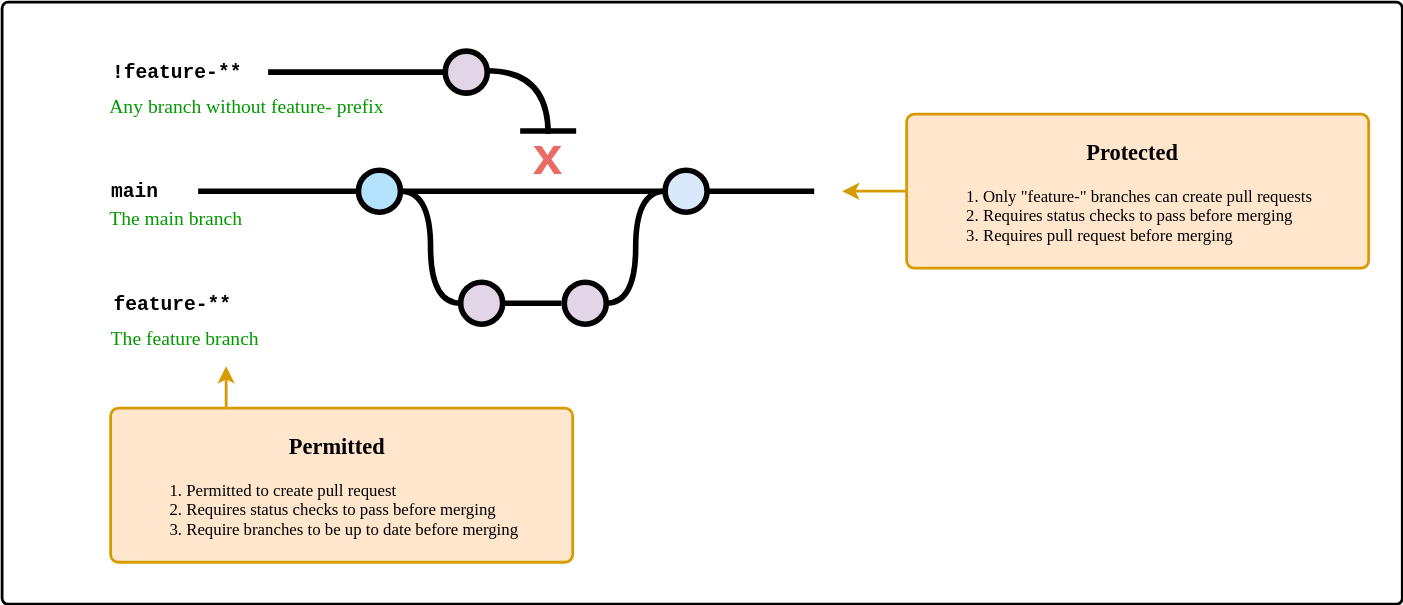
Earlier version of the draw.io export ci-diagram.svg (kimgoetzke/Practice-Basic-CI). Source tidied: cells renumbered, new cells last; positions are measured from the earlier drawing's top-left corner, leaving out a move shared by most shapes.
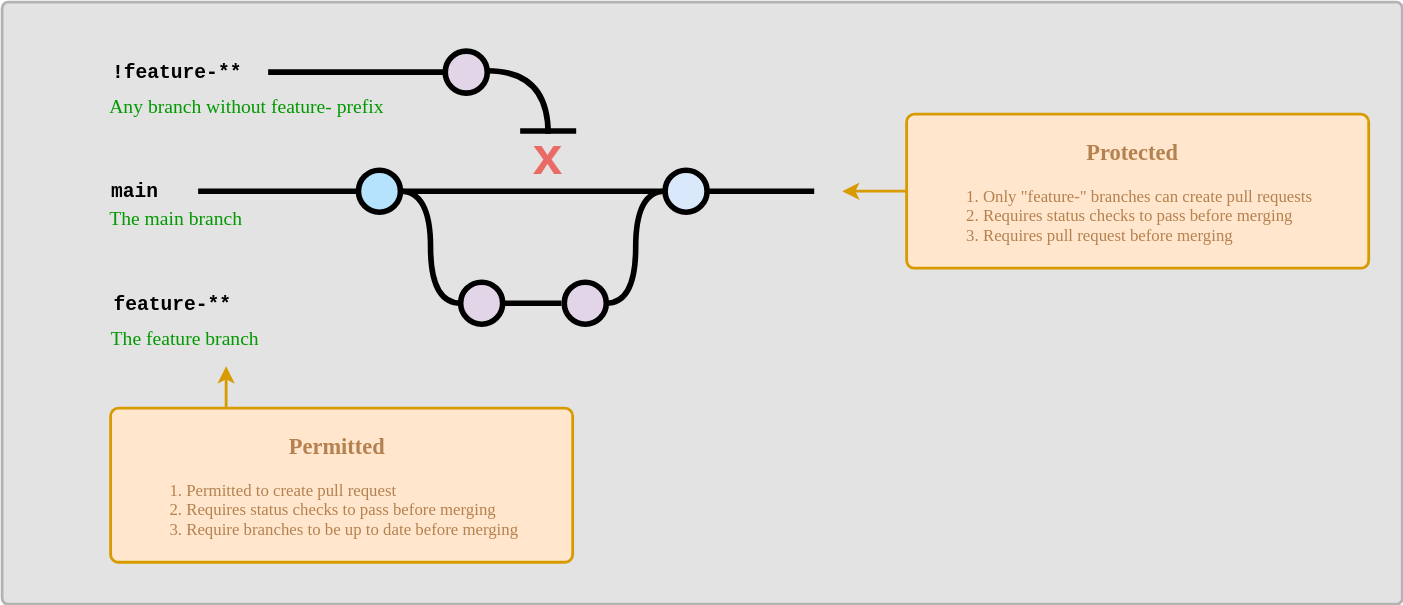
Later version of the same file.

Change to the diagram source:
```diff
@@ -2,7 +2,7 @@
   <root>
     <mxCell id="0" />
     <mxCell id="1" parent="0" />
-    <mxCell id="2" style="rounded=1;whiteSpace=wrap;html=1;strokeWidth=2;fontFamily=Tahoma;fontSize=38;fontColor=#EA6B66;arcSize=1;" parent="1" vertex="1">
+    <mxCell id="2" style="rounded=1;whiteSpace=wrap;html=1;strokeWidth=2;fontFamily=Tahoma;fontSize=38;arcSize=1;fillColor=#E3E3E3;strokeColor=#B3B3B3;fontColor=#333333;" parent="1" vertex="1">
       <mxGeometry width="1000" height="430" as="geometry" />
     </mxCell>
     <mxCell id="3" style="edgeStyle=orthogonalEdgeStyle;rounded=0;html=1;jettySize=auto;plain-blue;endArrow=none;endFill=0;strokeWidth=4;strokeColor=#000000;" parent="1" edge="1" source="5" target="7">
@@ -58,7 +58,7 @@
         <mxPoint x="600" y="135" as="targetPoint" />
       </mxGeometry>
     </mxCell>
-    <mxCell id="18" value="&lt;h3 style=&quot;&quot;&gt;&lt;span style=&quot;font-size: 12px;&quot;&gt;&amp;nbsp; &amp;nbsp; &amp;nbsp; &lt;/span&gt;&lt;font style=&quot;font-size: 16px;&quot;&gt;Protected&lt;/font&gt;&lt;/h3&gt;&lt;div style=&quot;text-align: left; font-size: 12px;&quot;&gt;&lt;ol style=&quot;font-size: 12px;&quot;&gt;&lt;li style=&quot;font-size: 12px;&quot;&gt;&lt;span style=&quot;background-color: initial; font-size: 12px;&quot;&gt;Only &quot;feature-&quot; branches can create pull requests&lt;/span&gt;&lt;/li&gt;&lt;li style=&quot;font-size: 12px;&quot;&gt;&lt;span style=&quot;background-color: initial; font-size: 12px;&quot;&gt;Requires status checks to pass before merging&lt;/span&gt;&lt;/li&gt;&lt;li style=&quot;font-size: 12px;&quot;&gt;&lt;span style=&quot;background-color: initial; font-size: 12px;&quot;&gt;Requires pull request before merging&lt;/span&gt;&lt;/li&gt;&lt;/ol&gt;&lt;/div&gt;" style="rounded=1;whiteSpace=wrap;html=1;strokeWidth=2;fillColor=#ffe6cc;strokeColor=#d79b00;arcSize=5;fontSize=12;spacingLeft=-25;fontFamily=Tahoma;" parent="1" vertex="1">
+    <mxCell id="18" value="&lt;h3 style=&quot;&quot;&gt;&lt;span style=&quot;font-size: 12px;&quot;&gt;&amp;nbsp; &amp;nbsp; &amp;nbsp; &lt;/span&gt;&lt;font style=&quot;font-size: 16px;&quot;&gt;Protected&lt;/font&gt;&lt;/h3&gt;&lt;div style=&quot;text-align: left; font-size: 12px;&quot;&gt;&lt;ol style=&quot;font-size: 12px;&quot;&gt;&lt;li style=&quot;font-size: 12px;&quot;&gt;&lt;span style=&quot;background-color: initial; font-size: 12px;&quot;&gt;Only &quot;feature-&quot; branches can create pull requests&lt;/span&gt;&lt;/li&gt;&lt;li style=&quot;font-size: 12px;&quot;&gt;&lt;span style=&quot;background-color: initial; font-size: 12px;&quot;&gt;Requires status checks to pass before merging&lt;/span&gt;&lt;/li&gt;&lt;li style=&quot;font-size: 12px;&quot;&gt;&lt;span style=&quot;background-color: initial; font-size: 12px;&quot;&gt;Requires pull request before merging&lt;/span&gt;&lt;/li&gt;&lt;/ol&gt;&lt;/div&gt;" style="rounded=1;whiteSpace=wrap;html=1;strokeWidth=2;fillColor=#ffe6cc;strokeColor=#d79b00;arcSize=5;fontSize=12;spacingLeft=-25;fontFamily=Tahoma;fontColor=#B58150;" parent="1" vertex="1">
       <mxGeometry x="646" y="80" width="330" height="110" as="geometry" />
     </mxCell>
     <mxCell id="19" value="!feature-**" style="text;html=1;strokeColor=none;fillColor=none;align=left;verticalAlign=middle;whiteSpace=wrap;overflow=hidden;fontSize=14;fontStyle=1;fontFamily=Courier New;" parent="1" vertex="1">
@@ -94,7 +94,7 @@
     <mxCell id="25" value="&lt;b style=&quot;font-size: 38px;&quot;&gt;&lt;font color=&quot;#ea6b66&quot; style=&quot;font-size: 38px;&quot;&gt;x&lt;/font&gt;&lt;/b&gt;" style="text;html=1;strokeColor=none;fillColor=none;align=center;verticalAlign=middle;whiteSpace=wrap;rounded=0;fontSize=38;" parent="1" vertex="1">
       <mxGeometry x="359.5" y="95" width="60" height="30" as="geometry" />
     </mxCell>
-    <mxCell id="26" value="&lt;h3 style=&quot;&quot;&gt;&lt;span style=&quot;font-size: 12px;&quot;&gt;&amp;nbsp; &amp;nbsp; &amp;nbsp; &lt;/span&gt;&lt;font style=&quot;font-size: 16px;&quot;&gt;Permitted&lt;/font&gt;&lt;/h3&gt;&lt;div style=&quot;text-align: left; font-size: 12px;&quot;&gt;&lt;ol style=&quot;font-size: 12px;&quot;&gt;&lt;li style=&quot;font-size: 12px;&quot;&gt;Permitted to create pull request&lt;/li&gt;&lt;li style=&quot;font-size: 12px;&quot;&gt;&lt;span style=&quot;background-color: initial; font-size: 12px;&quot;&gt;Requires status checks to pass before merging&lt;/span&gt;&lt;/li&gt;&lt;li style=&quot;font-size: 12px;&quot;&gt;&lt;span style=&quot;background-color: initial;&quot;&gt;Require branches to be up to date before merging&lt;/span&gt;&lt;br&gt;&lt;/li&gt;&lt;/ol&gt;&lt;/div&gt;" style="rounded=1;whiteSpace=wrap;html=1;strokeWidth=2;fillColor=#ffe6cc;strokeColor=#d79b00;arcSize=5;fontSize=12;spacingLeft=-25;fontFamily=Tahoma;" parent="1" vertex="1">
+    <mxCell id="26" value="&lt;h3 style=&quot;&quot;&gt;&lt;span style=&quot;font-size: 12px;&quot;&gt;&amp;nbsp; &amp;nbsp; &amp;nbsp; &lt;/span&gt;&lt;font style=&quot;font-size: 16px;&quot;&gt;Permitted&lt;/font&gt;&lt;/h3&gt;&lt;div style=&quot;text-align: left; font-size: 12px;&quot;&gt;&lt;ol style=&quot;font-size: 12px;&quot;&gt;&lt;li style=&quot;font-size: 12px;&quot;&gt;Permitted to create pull request&lt;/li&gt;&lt;li style=&quot;font-size: 12px;&quot;&gt;&lt;span style=&quot;background-color: initial; font-size: 12px;&quot;&gt;Requires status checks to pass before merging&lt;/span&gt;&lt;/li&gt;&lt;li style=&quot;font-size: 12px;&quot;&gt;&lt;span style=&quot;background-color: initial;&quot;&gt;Require branches to be up to date before merging&lt;/span&gt;&lt;br&gt;&lt;/li&gt;&lt;/ol&gt;&lt;/div&gt;" style="rounded=1;whiteSpace=wrap;html=1;strokeWidth=2;fillColor=#ffe6cc;strokeColor=#d79b00;arcSize=5;fontSize=12;spacingLeft=-25;fontFamily=Tahoma;fontColor=#B58150;" parent="1" vertex="1">
       <mxGeometry x="77.5" y="290" width="330" height="110" as="geometry" />
     </mxCell>
     <mxCell id="27" style="endArrow=classic;html=1;rounded=0;strokeWidth=2;fillColor=#ffe6cc;strokeColor=#d79b00;exitX=0.25;exitY=0;exitDx=0;exitDy=0;" parent="1" edge="1" source="26">
```
